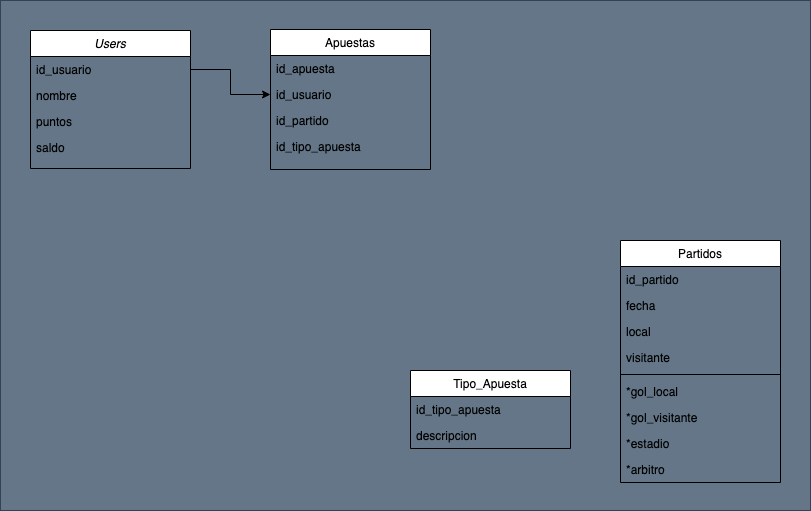
This is loteria.drawio.png from alekusa/loteria, a draw.io export, as it was before one commit. Source tidied: cells renumbered, new cells last; positions are measured from the earlier drawing's top-left corner, leaving out a move shared by most shapes.
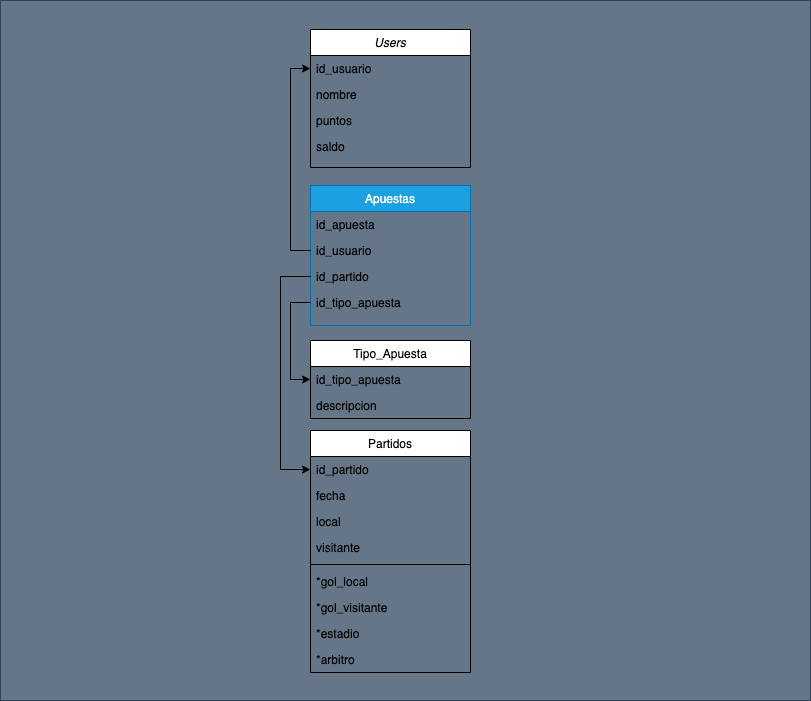
The same diagram one commit later.

Change to the diagram source:
```diff
@@ -3,10 +3,10 @@
     <mxCell id="0" />
     <mxCell id="1" parent="0" />
     <mxCell id="2" style="rounded=0;whiteSpace=wrap;html=1;shadow=0;fillColor=#647687;strokeColor=#314354;fontColor=#ffffff;" parent="1" vertex="1">
-      <mxGeometry width="810" height="510" as="geometry" />
+      <mxGeometry x="-280" width="810" height="700" as="geometry" />
     </mxCell>
     <mxCell id="3" value="Users" style="swimlane;fontStyle=2;align=center;verticalAlign=top;horizontal=1;startSize=26;rounded=0;shadow=0;strokeWidth=1;" parent="1" vertex="1">
-      <mxGeometry x="30" y="30" width="160" height="138" as="geometry" />
+      <mxGeometry x="30" y="29" width="160" height="138" as="geometry" />
     </mxCell>
     <mxCell id="4" value="id_usuario" style="text;align=left;verticalAlign=top;spacingLeft=4;spacingRight=4;overflow=hidden;points=[[0,0.5],[1,0.5]];portConstraint=eastwest;" parent="3" vertex="1">
       <mxGeometry y="26" width="160" height="26" as="geometry" />
@@ -20,8 +20,8 @@
     <mxCell id="7" value="saldo" style="text;align=left;verticalAlign=top;spacingLeft=4;spacingRight=4;overflow=hidden;" parent="3" vertex="1">
       <mxGeometry y="104" width="160" height="26" as="geometry" />
     </mxCell>
-    <mxCell id="8" value="Apuestas" style="swimlane;fontStyle=0;align=center;verticalAlign=top;horizontal=1;startSize=26;rounded=0;shadow=0;strokeWidth=1;" parent="1" vertex="1">
-      <mxGeometry x="270" y="29" width="160" height="140" as="geometry" />
+    <mxCell id="8" value="Apuestas" style="swimlane;fontStyle=0;align=center;verticalAlign=top;horizontal=1;startSize=26;rounded=0;shadow=0;strokeWidth=1;fillColor=#1ba1e2;fontColor=#ffffff;strokeColor=#006EAF;" parent="1" vertex="1">
+      <mxGeometry x="30" y="185" width="160" height="140" as="geometry" />
     </mxCell>
     <mxCell id="9" value="id_apuesta" style="text;align=left;verticalAlign=top;spacingLeft=4;spacingRight=4;overflow=hidden;" parent="8" vertex="1">
       <mxGeometry y="26" width="160" height="26" as="geometry" />
@@ -36,7 +36,7 @@
       <mxGeometry y="104" width="160" height="26" as="geometry" />
     </mxCell>
     <mxCell id="13" value="Tipo_Apuesta" style="swimlane;fontStyle=0;align=center;verticalAlign=top;horizontal=1;startSize=26;rounded=0;shadow=0;strokeWidth=1;" parent="1" vertex="1">
-      <mxGeometry x="410" y="370" width="160" height="78" as="geometry" />
+      <mxGeometry x="30" y="340" width="160" height="78" as="geometry" />
     </mxCell>
     <mxCell id="14" value="id_tipo_apuesta" style="text;align=left;verticalAlign=top;spacingLeft=4;spacingRight=4;overflow=hidden;points=[[0,0.5],[1,0.5]];portConstraint=eastwest;" parent="13" vertex="1">
       <mxGeometry y="26" width="160" height="26" as="geometry" />
@@ -45,7 +45,7 @@
       <mxGeometry y="52" width="160" height="26" as="geometry" />
     </mxCell>
     <mxCell id="16" value="Partidos" style="swimlane;fontStyle=0;align=center;verticalAlign=top;horizontal=1;startSize=26;rounded=0;shadow=0;strokeWidth=1;" parent="1" vertex="1">
-      <mxGeometry x="620" y="240" width="160" height="242" as="geometry" />
+      <mxGeometry x="30" y="430" width="160" height="242" as="geometry" />
     </mxCell>
     <mxCell id="17" value="id_partido" style="text;align=left;verticalAlign=top;spacingLeft=4;spacingRight=4;overflow=hidden;points=[[0,0.5],[1,0.5]];portConstraint=eastwest;" parent="16" vertex="1">
       <mxGeometry y="26" width="160" height="26" as="geometry" />
@@ -74,8 +74,19 @@
     <mxCell id="25" value="*arbitro" style="text;align=left;verticalAlign=top;spacingLeft=4;spacingRight=4;overflow=hidden;" parent="16" vertex="1">
       <mxGeometry y="216" width="160" height="26" as="geometry" />
     </mxCell>
-    <mxCell id="26" style="edgeStyle=orthogonalEdgeStyle;rounded=0;jettySize=auto;html=1;exitX=1;exitY=0.5;exitDx=0;exitDy=0;" parent="1" edge="1" source="4" target="10">
-      <mxGeometry relative="1" as="geometry" />
-    </mxCell>
+    <mxCell id="27" style="edgeStyle=orthogonalEdgeStyle;rounded=0;jettySize=auto;html=1;exitX=0;exitY=0.5;exitDx=0;exitDy=0;entryX=0;entryY=0.5;entryDx=0;entryDy=0;" parent="1" edge="1" source="12" target="14">
+      <mxGeometry relative="1" as="geometry" />
+    </mxCell>
+    <mxCell id="28" style="edgeStyle=orthogonalEdgeStyle;rounded=0;jettySize=auto;html=1;exitX=0;exitY=0.5;exitDx=0;exitDy=0;entryX=0;entryY=0.5;entryDx=0;entryDy=0;" parent="1" edge="1" source="11" target="17">
+      <mxGeometry relative="1" as="geometry">
+        <Array as="points">
+          <mxPoint y="276" />
+          <mxPoint y="469" />
+        </Array>
+      </mxGeometry>
+    </mxCell>
+    <mxCell id="29" style="edgeStyle=orthogonalEdgeStyle;rounded=0;jettySize=auto;html=1;exitX=0;exitY=0.5;exitDx=0;exitDy=0;entryX=0;entryY=0.5;entryDx=0;entryDy=0;" parent="1" edge="1" source="10" target="4">
+      <mxGeometry relative="1" as="geometry" />
+    </mxCell>
   </root>
 </mxGraphModel>
```
